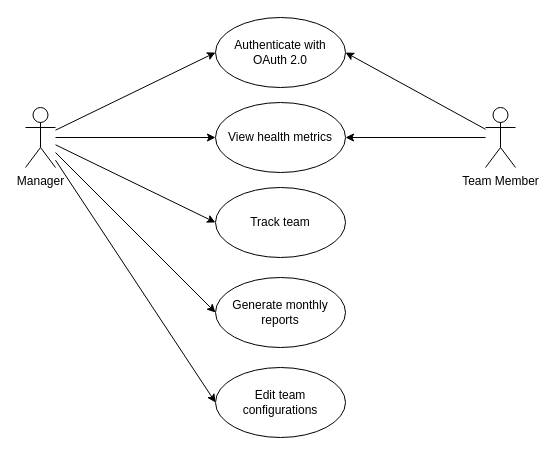
The draw.io diagram design/use-case-diagram.drawio in gldnpz17/skripsi-app, before the edit. Source tidied: cells renumbered, new cells numbered last; positions are measured from the earlier drawing's top-left corner, leaving out a move shared by most shapes. Both pictures are drawn from the tidied source at 100%, with x=0, y=0 at pixel (25, 17).
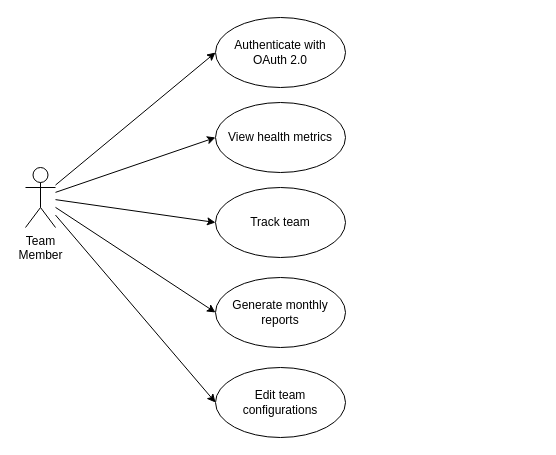
After the change.

The edit, as a diff of the source:
```diff
@@
 <mxGraphModel>
   <root>
     <mxCell id="0" />
     <mxCell id="1" parent="0" />
     <mxCell id="2" style="edgeStyle=none;html=1;entryX=0;entryY=0.5;entryDx=0;entryDy=0;" parent="1" edge="1" source="7" target="11">
       <mxGeometry relative="1" as="geometry" />
     </mxCell>
     <mxCell id="3" style="edgeStyle=none;html=1;entryX=0;entryY=0.5;entryDx=0;entryDy=0;" parent="1" edge="1" source="7" target="12">
       <mxGeometry relative="1" as="geometry" />
     </mxCell>
     <mxCell id="4" style="edgeStyle=none;html=1;entryX=0;entryY=0.5;entryDx=0;entryDy=0;" parent="1" edge="1" source="7" target="14">
       <mxGeometry relative="1" as="geometry" />
     </mxCell>
     <mxCell id="5" style="edgeStyle=none;html=1;entryX=0;entryY=0.5;entryDx=0;entryDy=0;" parent="1" edge="1" source="7" target="13">
       <mxGeometry relative="1" as="geometry" />
     </mxCell>
     <mxCell id="6" style="edgeStyle=none;html=1;entryX=0;entryY=0.5;entryDx=0;entryDy=0;" parent="1" edge="1" source="7" target="15">
       <mxGeometry relative="1" as="geometry" />
     </mxCell>
-    <mxCell id="7" value="Manager" style="shape=umlActor;verticalLabelPosition=bottom;verticalAlign=top;html=1;" parent="1" vertex="1">
-      <mxGeometry y="90" width="30" height="60" as="geometry" />
+    <mxCell id="7" value="Team&lt;br&gt;Member" style="shape=umlActor;verticalLabelPosition=bottom;verticalAlign=top;html=1;" parent="1" vertex="1">
+      <mxGeometry y="150" width="30" height="60" as="geometry" />
     </mxCell>
-    <mxCell id="8" style="edgeStyle=none;html=1;entryX=1;entryY=0.5;entryDx=0;entryDy=0;" parent="1" edge="1" source="10" target="11">
-      <mxGeometry relative="1" as="geometry" />
-    </mxCell>
-    <mxCell id="9" style="edgeStyle=none;html=1;entryX=1;entryY=0.5;entryDx=0;entryDy=0;" parent="1" edge="1" source="10" target="13">
-      <mxGeometry relative="1" as="geometry" />
-    </mxCell>
-    <mxCell id="10" value="Team Member" style="shape=umlActor;verticalLabelPosition=bottom;verticalAlign=top;html=1;" parent="1" vertex="1">
-      <mxGeometry x="460" y="90" width="30" height="60" as="geometry" />
-    </mxCell>
     <mxCell id="11" value="Authenticate with OAuth 2.0" style="ellipse;whiteSpace=wrap;html=1;" parent="1" vertex="1">
       <mxGeometry x="190" width="130" height="70" as="geometry" />
     </mxCell>
     <mxCell id="12" value="Track team" style="ellipse;whiteSpace=wrap;html=1;" parent="1" vertex="1">
       <mxGeometry x="190" y="170" width="130" height="70" as="geometry" />
     </mxCell>
     <mxCell id="13" value="View health metrics" style="ellipse;whiteSpace=wrap;html=1;" parent="1" vertex="1">
       <mxGeometry x="190" y="85" width="130" height="70" as="geometry" />
     </mxCell>
     <mxCell id="14" value="Generate monthly reports" style="ellipse;whiteSpace=wrap;html=1;" parent="1" vertex="1">
       <mxGeometry x="190" y="260" width="130" height="70" as="geometry" />
     </mxCell>
     <mxCell id="15" value="Edit team configurations" style="ellipse;whiteSpace=wrap;html=1;" parent="1" vertex="1">
       <mxGeometry x="190" y="350" width="130" height="70" as="geometry" />
     </mxCell>
   </root>
 </mxGraphModel>
```
